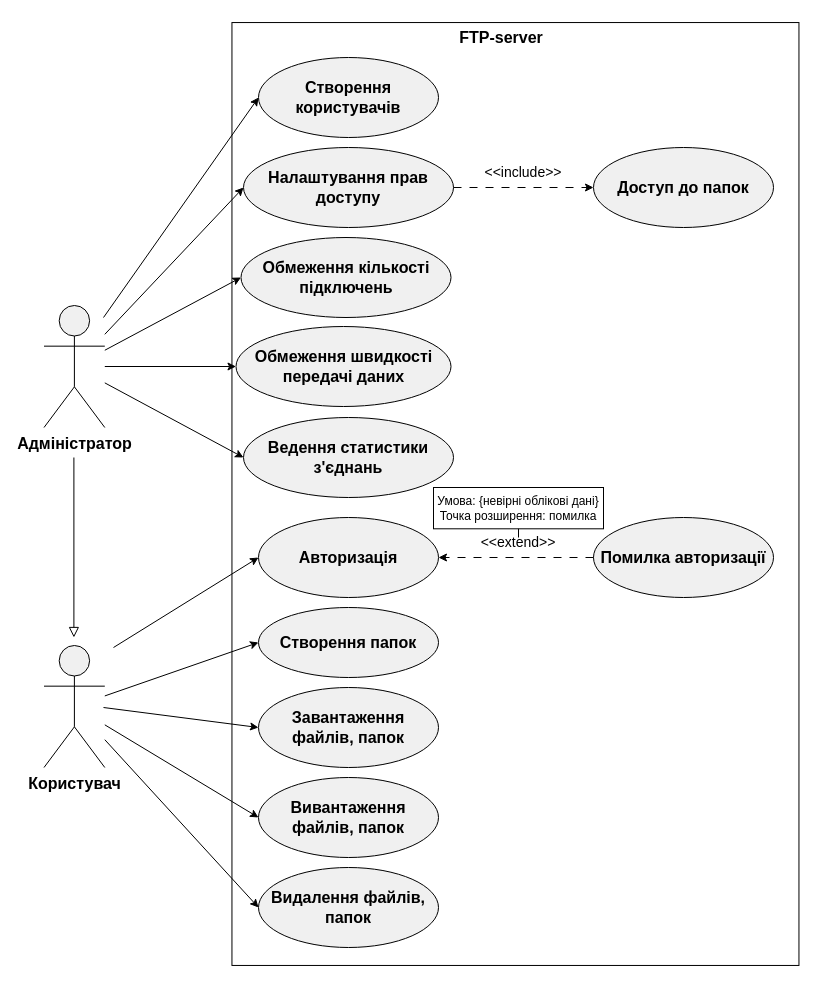
Before: resources/LW-2/usecase.drawio in dobrogo-dnia/SDT-labs, a draw.io diagram. Source tidied: cells renumbered, new cells numbered last; positions are measured from the earlier drawing's top-left corner, leaving out a move shared by most shapes. Both pictures are drawn from the tidied source at 100%, with x=0, y=0 at pixel (43, 17).
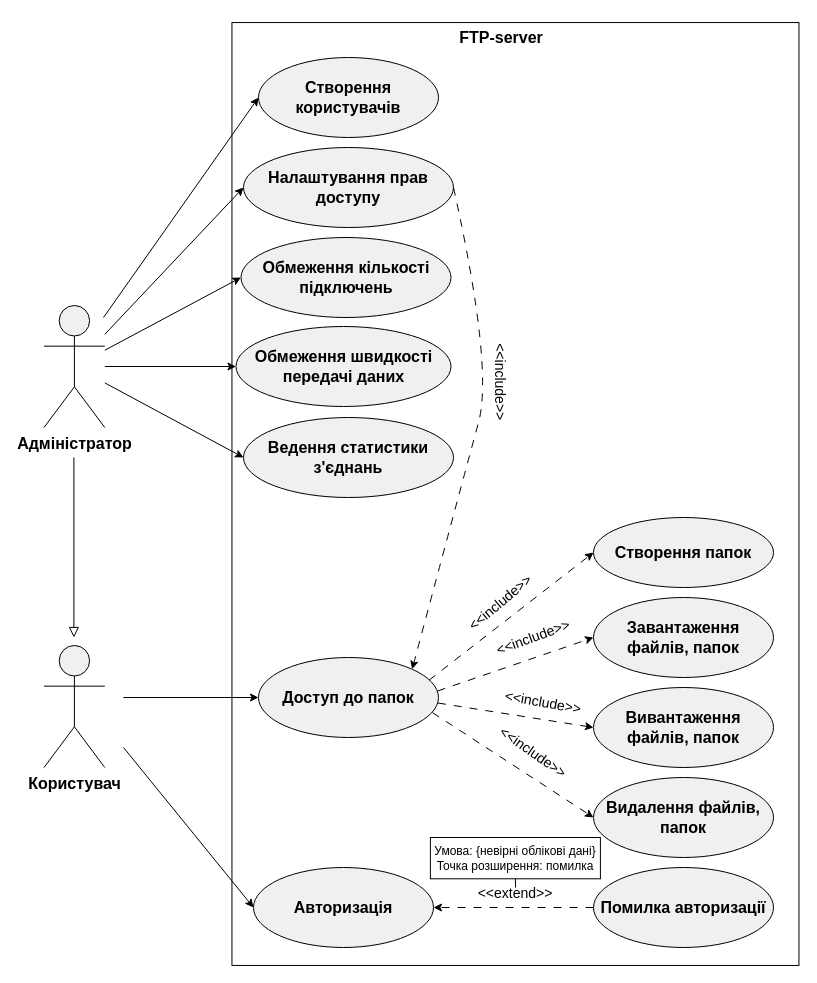
Above is the later version.

Unchanged cells that the change refers to:
```xml
<mxCell id="5" value="&lt;div style=&quot;font-size: 16px;&quot;&gt;&lt;span style=&quot;&quot;&gt;&lt;b&gt;Користувач&lt;/b&gt;&lt;/span&gt;&lt;/div&gt;&lt;div style=&quot;font-size: 16px;&quot;&gt;&lt;span style=&quot;&quot;&gt;&lt;br&gt;&lt;/span&gt;&lt;/div&gt;" style="shape=umlActor;verticalLabelPosition=bottom;verticalAlign=top;html=1;outlineConnect=0;fillColor=#f0f0f0;" parent="1" vertex="1">
  <mxGeometry x="0.5" y="628" width="60.8" height="122" as="geometry" />
</mxCell>
<mxCell id="8" value="&lt;div style=&quot;&quot;&gt;&lt;span style=&quot;background-color: initial;&quot;&gt;&lt;font style=&quot;font-size: 16px;&quot;&gt;&lt;b&gt;Налаштування прав доступу&lt;/b&gt;&lt;/font&gt;&lt;/span&gt;&lt;/div&gt;" style="ellipse;whiteSpace=wrap;html=1;align=center;fillColor=#f0f0f0;" parent="1" vertex="1">
  <mxGeometry x="200" y="130" width="210" height="80" as="geometry" />
</mxCell>
```

The edit, as a diff of the source:
```diff
@@
     <mxCell id="6" value="&lt;font style=&quot;font-size: 16px;&quot;&gt;&lt;b&gt;Авторизація&lt;/b&gt;&lt;/font&gt;" style="ellipse;whiteSpace=wrap;html=1;fillColor=#f0f0f0;" parent="1" vertex="1">
-      <mxGeometry x="215" y="500" width="180" height="80" as="geometry" />
+      <mxGeometry x="210" y="850" width="180" height="80" as="geometry" />
     </mxCell>
@@
     <mxCell id="11" value="&lt;font style=&quot;font-size: 16px;&quot;&gt;&lt;b&gt;Створення папок&lt;/b&gt;&lt;/font&gt;" style="ellipse;whiteSpace=wrap;html=1;fillColor=#f0f0f0;" parent="1" vertex="1">
-      <mxGeometry x="215" y="590" width="180" height="70" as="geometry" />
+      <mxGeometry x="550" y="500" width="180" height="70" as="geometry" />
     </mxCell>
     <mxCell id="12" value="&lt;font style=&quot;font-size: 16px;&quot;&gt;&lt;b&gt;Завантаження файлів, папок&lt;/b&gt;&lt;/font&gt;" style="ellipse;whiteSpace=wrap;html=1;fillColor=#f0f0f0;" parent="1" vertex="1">
-      <mxGeometry x="215" y="670" width="180" height="80" as="geometry" />
+      <mxGeometry x="550" y="580" width="180" height="80" as="geometry" />
     </mxCell>
     <mxCell id="13" value="&lt;font style=&quot;font-size: 16px;&quot;&gt;&lt;b&gt;Вивантаження файлів, папок&lt;/b&gt;&lt;/font&gt;" style="ellipse;whiteSpace=wrap;html=1;fillColor=#f0f0f0;" parent="1" vertex="1">
-      <mxGeometry x="215" y="760" width="180" height="80" as="geometry" />
+      <mxGeometry x="550" y="670" width="180" height="80" as="geometry" />
     </mxCell>
     <mxCell id="14" value="&lt;font style=&quot;font-size: 16px;&quot;&gt;&lt;b&gt;Видалення файлів, п&lt;/b&gt;&lt;/font&gt;&lt;b style=&quot;font-size: 16px; background-color: initial;&quot;&gt;апок&lt;/b&gt;" style="ellipse;whiteSpace=wrap;html=1;fillColor=#f0f0f0;" parent="1" vertex="1">
-      <mxGeometry x="215" y="850" width="180" height="80" as="geometry" />
+      <mxGeometry x="550" y="760" width="180" height="80" as="geometry" />
     </mxCell>
     <mxCell id="15" value="&lt;font style=&quot;font-size: 16px;&quot;&gt;&lt;b&gt;Доступ до папок&lt;/b&gt;&lt;/font&gt;" style="ellipse;whiteSpace=wrap;html=1;fillColor=#f0f0f0;" parent="1" vertex="1">
-      <mxGeometry x="550" y="130" width="180" height="80" as="geometry" />
+      <mxGeometry x="215" y="640" width="180" height="80" as="geometry" />
     </mxCell>
     <mxCell id="16" value="&lt;font style=&quot;font-size: 16px;&quot;&gt;&lt;b&gt;Помилка авторизації&lt;/b&gt;&lt;/font&gt;" style="ellipse;whiteSpace=wrap;html=1;fillColor=#f0f0f0;" parent="1" vertex="1">
-      <mxGeometry x="550" y="500" width="180" height="80" as="geometry" />
+      <mxGeometry x="550" y="850" width="180" height="80" as="geometry" />
     </mxCell>
@@
-    <mxCell id="18" style="endArrow=classic;html=1;rounded=0;exitX=1;exitY=0.5;exitDx=0;exitDy=0;strokeColor=default;dashed=1;dashPattern=8 8;entryX=0;entryY=0.5;entryDx=0;entryDy=0;" parent="1" edge="1" source="8" target="15">
-      <mxGeometry relative="1" as="geometry" />
+    <mxCell id="18" style="endArrow=classic;html=1;rounded=0;exitX=1;exitY=0.5;exitDx=0;exitDy=0;strokeColor=default;dashed=1;dashPattern=8 8;entryX=1;entryY=0;entryDx=0;entryDy=0;curved=1;" parent="1" edge="1" source="8" target="15">
+      <mxGeometry relative="1" as="geometry">
+        <Array as="points">
+          <mxPoint x="450" y="350" />
+          <mxPoint x="420" y="460" />
+        </Array>
+      </mxGeometry>
     </mxCell>
     <mxCell id="19" value="&lt;font style=&quot;font-size: 14px;&quot;&gt;&amp;lt;&amp;lt;extend&amp;gt;&amp;gt;&lt;/font&gt;" style="text;html=1;align=center;verticalAlign=middle;whiteSpace=wrap;rounded=0;" parent="1" vertex="1">
-      <mxGeometry x="445" y="510" width="60" height="30" as="geometry" />
+      <mxGeometry x="441.9" y="861.3" width="60" height="30" as="geometry" />
     </mxCell>
-    <mxCell id="20" value="&lt;font style=&quot;font-size: 14px;&quot;&gt;&amp;lt;&amp;lt;include&lt;/font&gt;&lt;span style=&quot;background-color: initial; font-size: 14px;&quot;&gt;&amp;gt;&amp;gt;&lt;/span&gt;" style="text;html=1;align=center;verticalAlign=middle;whiteSpace=wrap;rounded=0;" parent="1" vertex="1">
-      <mxGeometry x="450" y="140" width="60" height="30" as="geometry" />
+    <mxCell id="20" value="&lt;font style=&quot;font-size: 14px;&quot;&gt;&amp;lt;&amp;lt;include&lt;/font&gt;&lt;span style=&quot;background-color: initial; font-size: 14px;&quot;&gt;&amp;gt;&amp;gt;&lt;/span&gt;" style="text;html=1;align=center;verticalAlign=middle;whiteSpace=wrap;rounded=0;rotation=90;" parent="1" vertex="1">
+      <mxGeometry x="427.3" y="350" width="60" height="30" as="geometry" />
     </mxCell>
@@
-    <mxCell id="27" style="endArrow=classic;html=1;rounded=0;entryX=0;entryY=0.5;entryDx=0;entryDy=0;" parent="1" edge="1" source="5" target="11">
-      <mxGeometry relative="1" as="geometry" />
-    </mxCell>
-    <mxCell id="28" style="endArrow=classic;html=1;rounded=0;entryX=0;entryY=0.5;entryDx=0;entryDy=0;" parent="1" edge="1" target="12">
-      <mxGeometry relative="1" as="geometry">
-        <mxPoint x="60" y="690" as="sourcePoint" />
-      </mxGeometry>
-    </mxCell>
-    <mxCell id="29" style="endArrow=classic;html=1;rounded=0;entryX=0;entryY=0.5;entryDx=0;entryDy=0;" parent="1" edge="1" source="5" target="13">
-      <mxGeometry relative="1" as="geometry" />
-    </mxCell>
-    <mxCell id="30" style="endArrow=classic;html=1;rounded=0;entryX=0;entryY=0.5;entryDx=0;entryDy=0;" parent="1" edge="1" source="5" target="14">
-      <mxGeometry relative="1" as="geometry" />
-    </mxCell>
     <mxCell id="31" style="endArrow=classic;html=1;rounded=0;entryX=0;entryY=0.5;entryDx=0;entryDy=0;" parent="1" edge="1" target="6">
       <mxGeometry relative="1" as="geometry">
-        <mxPoint x="70" y="630" as="sourcePoint" />
+        <mxPoint x="80" y="730" as="sourcePoint" />
       </mxGeometry>
     </mxCell>
     <mxCell id="32" style="rounded=0;whiteSpace=wrap;html=1;" parent="1" vertex="1">
-      <mxGeometry x="390" y="470" width="170" height="41.3" as="geometry" />
+      <mxGeometry x="386.9" y="820" width="170" height="41.3" as="geometry" />
     </mxCell>
@@
-    <mxCell id="34" style="endArrow=none;html=1;rounded=0;entryX=0.5;entryY=1;entryDx=0;entryDy=0;" parent="1" edge="1" target="35">
-      <mxGeometry relative="1" as="geometry">
-        <mxPoint x="475" y="520" as="sourcePoint" />
-      </mxGeometry>
-    </mxCell>
     <mxCell id="35" value="&lt;div style=&quot;&quot;&gt;&lt;span style=&quot;background-color: initial;&quot;&gt;&lt;font style=&quot;font-size: 12px;&quot;&gt;Умова: {невірні облікові дані}&lt;/font&gt;&lt;/span&gt;&lt;/div&gt;&lt;div style=&quot;&quot;&gt;&lt;span style=&quot;background-color: initial;&quot;&gt;&lt;font style=&quot;font-size: 12px;&quot;&gt;Точка розширення: помилка&lt;/font&gt;&lt;/span&gt;&lt;/div&gt;" style="text;html=1;align=center;verticalAlign=middle;whiteSpace=wrap;rounded=0;" parent="1" vertex="1">
-      <mxGeometry x="390" y="470" width="170" height="41.3" as="geometry" />
+      <mxGeometry x="386.9" y="820" width="170" height="41.3" as="geometry" />
     </mxCell>
+    <mxCell id="36" style="endArrow=none;html=1;rounded=0;entryX=0.5;entryY=0;entryDx=0;entryDy=0;" parent="1" edge="1" target="19">
+      <mxGeometry relative="1" as="geometry">
+        <mxPoint x="472" y="870" as="sourcePoint" />
+      </mxGeometry>
+    </mxCell>
+    <mxCell id="37" style="endArrow=classic;html=1;rounded=0;entryX=0;entryY=0.5;entryDx=0;entryDy=0;" parent="1" edge="1" target="15">
+      <mxGeometry relative="1" as="geometry">
+        <mxPoint x="80" y="680" as="sourcePoint" />
+      </mxGeometry>
+    </mxCell>
+    <mxCell id="38" style="endArrow=classic;html=1;rounded=0;entryX=0;entryY=0.5;entryDx=0;entryDy=0;exitX=0.948;exitY=0.283;exitDx=0;exitDy=0;exitPerimeter=0;dashed=1;dashPattern=8 8;" parent="1" edge="1" source="15" target="11">
+      <mxGeometry relative="1" as="geometry" />
+    </mxCell>
+    <mxCell id="39" style="endArrow=classic;html=1;rounded=0;entryX=0;entryY=0.5;entryDx=0;entryDy=0;exitX=0.995;exitY=0.419;exitDx=0;exitDy=0;exitPerimeter=0;dashed=1;dashPattern=8 8;" parent="1" edge="1" source="15" target="12">
+      <mxGeometry relative="1" as="geometry" />
+    </mxCell>
+    <mxCell id="40" style="endArrow=classic;html=1;rounded=0;entryX=0;entryY=0.5;entryDx=0;entryDy=0;exitX=0.997;exitY=0.569;exitDx=0;exitDy=0;exitPerimeter=0;dashed=1;dashPattern=8 8;" parent="1" edge="1" source="15" target="13">
+      <mxGeometry relative="1" as="geometry" />
+    </mxCell>
+    <mxCell id="41" style="endArrow=classic;html=1;rounded=0;entryX=0;entryY=0.5;entryDx=0;entryDy=0;exitX=0.966;exitY=0.688;exitDx=0;exitDy=0;exitPerimeter=0;dashed=1;dashPattern=8 8;" parent="1" edge="1" source="15" target="14">
+      <mxGeometry relative="1" as="geometry" />
+    </mxCell>
+    <mxCell id="42" value="&lt;font style=&quot;font-size: 14px;&quot;&gt;&amp;lt;&amp;lt;include&lt;/font&gt;&lt;span style=&quot;background-color: initial; font-size: 14px;&quot;&gt;&amp;gt;&amp;gt;&lt;/span&gt;" style="text;html=1;align=center;verticalAlign=middle;whiteSpace=wrap;rounded=0;rotation=-40;" parent="1" vertex="1">
+      <mxGeometry x="427.3" y="570" width="60" height="30" as="geometry" />
+    </mxCell>
+    <mxCell id="43" value="&lt;font style=&quot;font-size: 14px;&quot;&gt;&amp;lt;&amp;lt;include&lt;/font&gt;&lt;span style=&quot;background-color: initial; font-size: 14px;&quot;&gt;&amp;gt;&amp;gt;&lt;/span&gt;" style="text;html=1;align=center;verticalAlign=middle;whiteSpace=wrap;rounded=0;rotation=-20;" parent="1" vertex="1">
+      <mxGeometry x="460" y="605" width="60" height="30" as="geometry" />
+    </mxCell>
+    <mxCell id="44" value="&lt;font style=&quot;font-size: 14px;&quot;&gt;&amp;lt;&amp;lt;include&lt;/font&gt;&lt;span style=&quot;background-color: initial; font-size: 14px;&quot;&gt;&amp;gt;&amp;gt;&lt;/span&gt;" style="text;html=1;align=center;verticalAlign=middle;whiteSpace=wrap;rounded=0;rotation=10;" parent="1" vertex="1">
+      <mxGeometry x="470" y="670" width="60" height="30" as="geometry" />
+    </mxCell>
+    <mxCell id="45" value="&lt;font style=&quot;font-size: 14px;&quot;&gt;&amp;lt;&amp;lt;include&lt;/font&gt;&lt;span style=&quot;background-color: initial; font-size: 14px;&quot;&gt;&amp;gt;&amp;gt;&lt;/span&gt;" style="text;html=1;align=center;verticalAlign=middle;whiteSpace=wrap;rounded=0;rotation=35;" parent="1" vertex="1">
+      <mxGeometry x="460" y="720" width="60" height="30" as="geometry" />
+    </mxCell>
```
